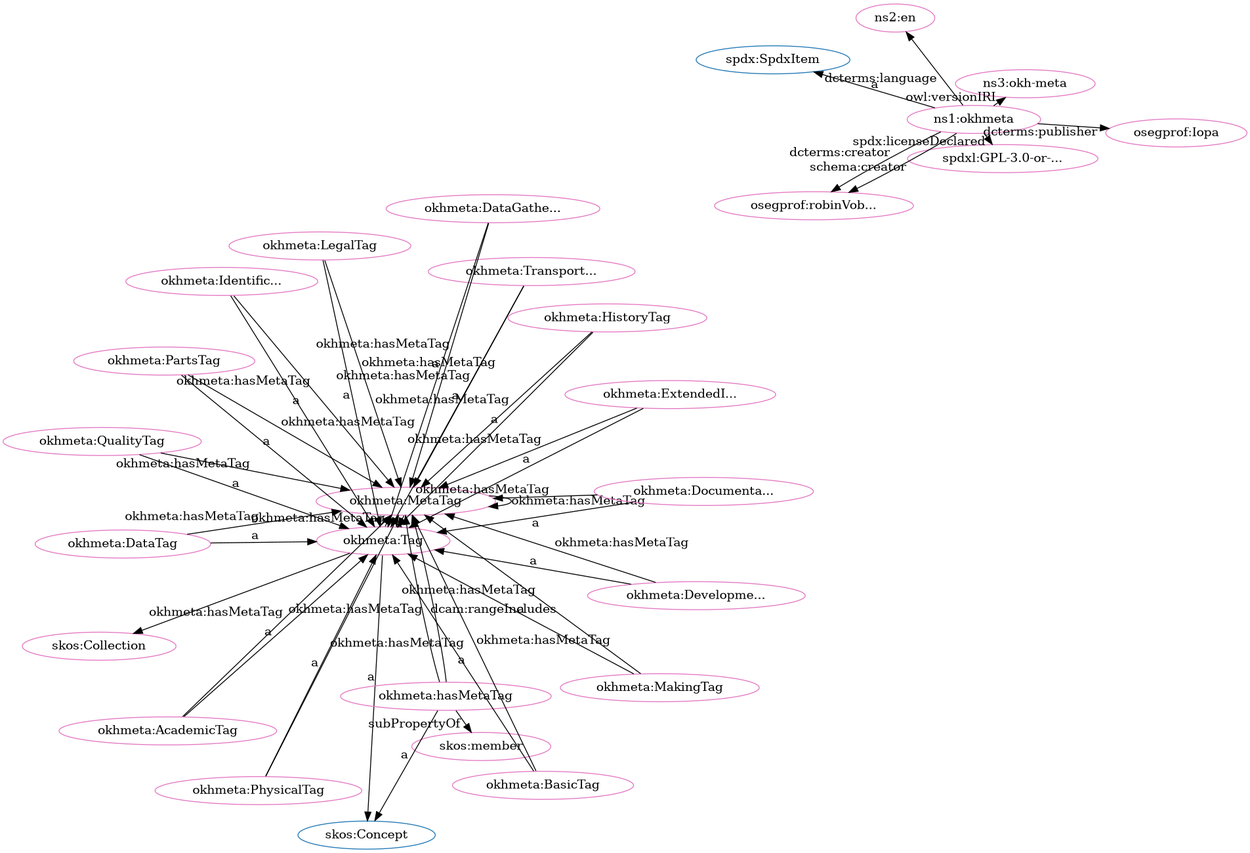
Earlier version of the Graphviz export src/spec/dot_okh-meta-clean.png (iop-alliance/OpenKnowHow). Its source is kept beside it as src/spec/dot_okh-meta-clean.dot.
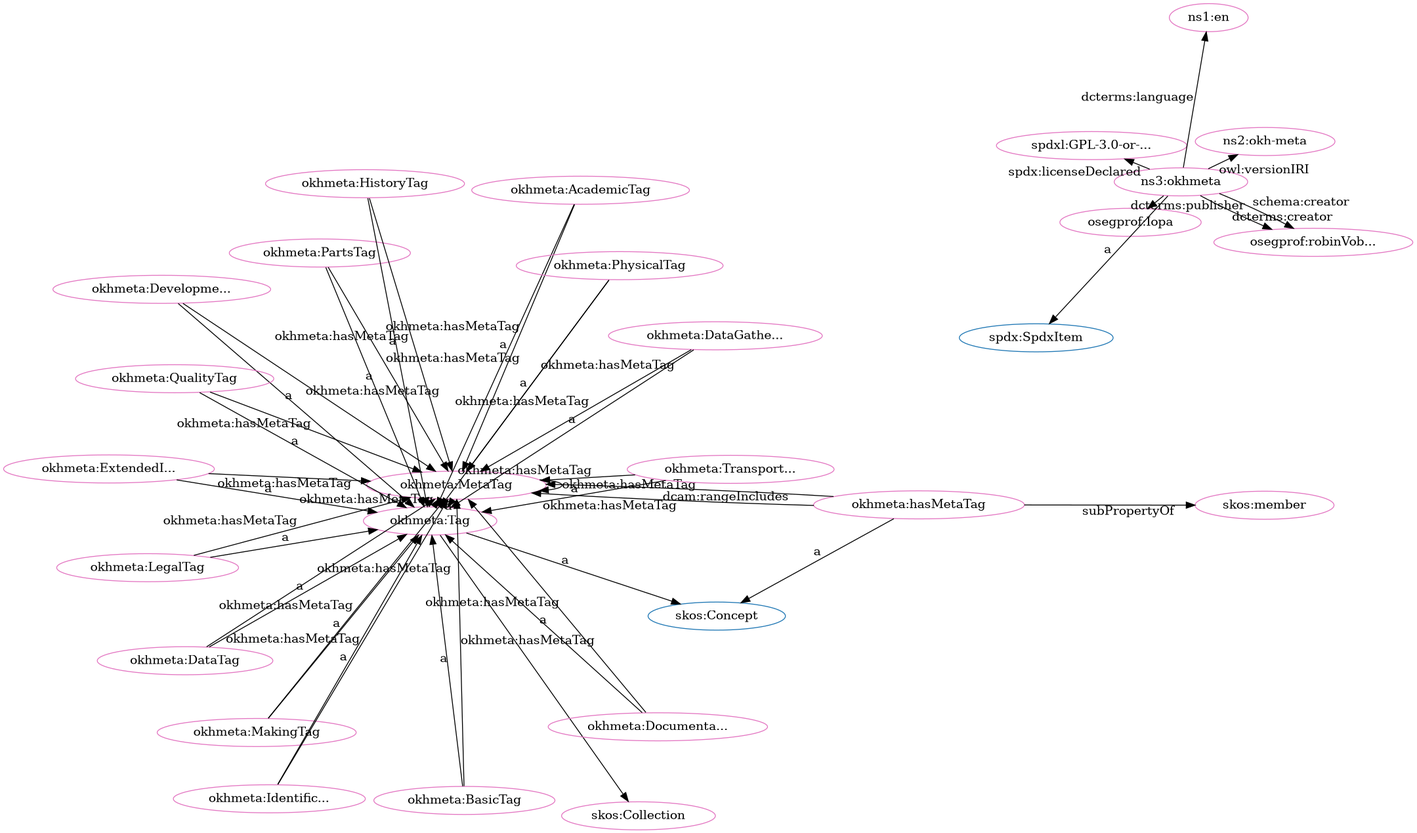
Later version of the same file.

Change to the diagram source:
```diff
@@ -3,78 +3,78 @@
   node[height=.3]
 "http://www.w3.org/2004/02/skos/core#Collection" [fillcolor="#1f77b4" color="#1f77b4" label="skos:Collection"]
 "http://spdx.org/rdf/terms#SpdxItem" [fillcolor="#1f77b4" color="#1f77b4" label="spdx:SpdxItem"]
+"http://www.w3.org/2004/02/skos/core#Concept" [fillcolor="#1f77b4" color="#1f77b4" label="skos:Concept"]
 "http://w3id.org/oseg/ont/okhmeta#Tag" [fillcolor="#1f77b4" color="#1f77b4" label="okhmeta:Tag"]
-"http://www.w3.org/2004/02/skos/core#Concept" [fillcolor="#1f77b4" color="#1f77b4" label="skos:Concept"]
-"http://spdx.org/licenses/GPL-3.0-or-later" [fillcolor="#e377c2" color="#e377c2" label="spdxl:GPL-3.0-or-..."]
-"http://w3id.org/oseg/ont/okhmeta" [fillcolor="#e377c2" color="#e377c2" label="ns1:okhmeta"]
-"http://www.w3.org/2004/02/skos/core#member" [fillcolor="#e377c2" color="#e377c2" label="skos:member"]
-"http://w3id.org/oseg/ont/okhmeta#IdentificationTag" [fillcolor="#e377c2" color="#e377c2" label="okhmeta:Identific..."]
 "http://w3id.org/oseg/ont/okhmeta#MetaTag" [fillcolor="#e377c2" color="#e377c2" label="okhmeta:MetaTag"]
-"http://w3id.org/oseg/ont/okhmeta#AcademicTag" [fillcolor="#e377c2" color="#e377c2" label="okhmeta:AcademicTag"]
-"http://w3id.org/oseg/ont/okhmeta#MakingTag" [fillcolor="#e377c2" color="#e377c2" label="okhmeta:MakingTag"]
-"http://w3id.org/oseg/ont/okhmeta#PhysicalTag" [fillcolor="#e377c2" color="#e377c2" label="okhmeta:PhysicalTag"]
-"http://w3id.org/oseg/ont/okhmeta#DevelopmentTag" [fillcolor="#e377c2" color="#e377c2" label="okhmeta:Developme..."]
-"http://id.loc.gov/vocabulary/iso639-1/en" [fillcolor="#e377c2" color="#e377c2" label="ns2:en"]
-"http://w3id.org/oseg/ont/okhmeta#hasMetaTag" [fillcolor="#e377c2" color="#e377c2" label="okhmeta:hasMetaTag"]
-"http://w3id.org/oseg/ont/okhmeta#PartsTag" [fillcolor="#e377c2" color="#e377c2" label="okhmeta:PartsTag"]
-"http://w3id.org/oseg/ont/okhmeta#TransportationTag" [fillcolor="#e377c2" color="#e377c2" label="okhmeta:Transport..."]
+"http://w3id.org/oseg/ont/oseg-profiles#robinVobruba" [fillcolor="#e377c2" color="#e377c2" label="osegprof:robinVob..."]
 "http://w3id.org/oseg/ont/okhmeta#DataGatheringTag" [fillcolor="#e377c2" color="#e377c2" label="okhmeta:DataGathe..."]
 "http://w3id.org/oseg/ont/okhmeta#Tag" [fillcolor="#e377c2" color="#e377c2" label="okhmeta:Tag"]
 "http://w3id.org/oseg/ont/oseg-profiles#Iopa" [fillcolor="#e377c2" color="#e377c2" label="osegprof:Iopa"]
+"http://w3id.org/oseg/ont/okhmeta#AcademicTag" [fillcolor="#e377c2" color="#e377c2" label="okhmeta:AcademicTag"]
+"http://www.w3.org/2004/02/skos/core#Collection" [fillcolor="#e377c2" color="#e377c2" label="skos:Collection"]
+"http://w3id.org/oseg/ont/okhmeta#MakingTag" [fillcolor="#e377c2" color="#e377c2" label="okhmeta:MakingTag"]
+"http://w3id.org/oseg/ont/okhmeta#BasicTag" [fillcolor="#e377c2" color="#e377c2" label="okhmeta:BasicTag"]
+"http://w3id.org/oseg/ont/okhmeta#IdentificationTag" [fillcolor="#e377c2" color="#e377c2" label="okhmeta:Identific..."]
+"http://spdx.org/licenses/GPL-3.0-or-later" [fillcolor="#e377c2" color="#e377c2" label="spdxl:GPL-3.0-or-..."]
+"http://www.w3.org/2004/02/skos/core#member" [fillcolor="#e377c2" color="#e377c2" label="skos:member"]
+"http://id.loc.gov/vocabulary/iso639-1/en" [fillcolor="#e377c2" color="#e377c2" label="ns1:en"]
+"http://w3id.org/oseg/ont/okhmeta#LegalTag" [fillcolor="#e377c2" color="#e377c2" label="okhmeta:LegalTag"]
 "http://w3id.org/oseg/ont/okhmeta#ExtendedInfoTag" [fillcolor="#e377c2" color="#e377c2" label="okhmeta:ExtendedI..."]
-"http://w3id.org/oseg/ont/1.1.0/okh-meta" [fillcolor="#e377c2" color="#e377c2" label="ns3:okh-meta"]
+"http://w3id.org/oseg/ont/okhmeta#hasMetaTag" [fillcolor="#e377c2" color="#e377c2" label="okhmeta:hasMetaTag"]
+"http://w3id.org/oseg/ont/okhmeta#DevelopmentTag" [fillcolor="#e377c2" color="#e377c2" label="okhmeta:Developme..."]
+"http://w3id.org/oseg/ont/1.1.0/okh-meta" [fillcolor="#e377c2" color="#e377c2" label="ns2:okh-meta"]
+"http://w3id.org/oseg/ont/okhmeta#PartsTag" [fillcolor="#e377c2" color="#e377c2" label="okhmeta:PartsTag"]
+"http://w3id.org/oseg/ont/okhmeta#HistoryTag" [fillcolor="#e377c2" color="#e377c2" label="okhmeta:HistoryTag"]
+"http://w3id.org/oseg/ont/okhmeta#PhysicalTag" [fillcolor="#e377c2" color="#e377c2" label="okhmeta:PhysicalTag"]
+"http://w3id.org/oseg/ont/okhmeta#TransportationTag" [fillcolor="#e377c2" color="#e377c2" label="okhmeta:Transport..."]
 "http://w3id.org/oseg/ont/okhmeta#DocumentationTag" [fillcolor="#e377c2" color="#e377c2" label="okhmeta:Documenta..."]
-"http://w3id.org/oseg/ont/okhmeta#BasicTag" [fillcolor="#e377c2" color="#e377c2" label="okhmeta:BasicTag"]
-"http://w3id.org/oseg/ont/oseg-profiles#robinVobruba" [fillcolor="#e377c2" color="#e377c2" label="osegprof:robinVob..."]
-"http://www.w3.org/2004/02/skos/core#Collection" [fillcolor="#e377c2" color="#e377c2" label="skos:Collection"]
 "http://w3id.org/oseg/ont/okhmeta#QualityTag" [fillcolor="#e377c2" color="#e377c2" label="okhmeta:QualityTag"]
-"http://w3id.org/oseg/ont/okhmeta#LegalTag" [fillcolor="#e377c2" color="#e377c2" label="okhmeta:LegalTag"]
+"http://w3id.org/oseg/ont/okhmeta" [fillcolor="#e377c2" color="#e377c2" label="ns3:okhmeta"]
 "http://w3id.org/oseg/ont/okhmeta#DataTag" [fillcolor="#e377c2" color="#e377c2" label="okhmeta:DataTag"]
-"http://w3id.org/oseg/ont/okhmeta#HistoryTag" [fillcolor="#e377c2" color="#e377c2" label="okhmeta:HistoryTag"]
+  "http://w3id.org/oseg/ont/okhmeta#QualityTag" -> "http://w3id.org/oseg/ont/okhmeta#MetaTag" [label="okhmeta:hasMetaTag"]
+  "http://w3id.org/oseg/ont/okhmeta#Tag" -> "http://www.w3.org/2004/02/skos/core#Concept" [label="a"]
+  "http://w3id.org/oseg/ont/okhmeta#AcademicTag" -> "http://w3id.org/oseg/ont/okhmeta#Tag" [label="a"]
+  "http://w3id.org/oseg/ont/okhmeta#Tag" -> "http://www.w3.org/2004/02/skos/core#Collection" [label=""]
+  "http://w3id.org/oseg/ont/okhmeta#MakingTag" -> "http://w3id.org/oseg/ont/okhmeta#Tag" [label="a"]
+  "http://w3id.org/oseg/ont/okhmeta#hasMetaTag" -> "http://w3id.org/oseg/ont/okhmeta#MetaTag" [label="okhmeta:hasMetaTag"]
+  "http://w3id.org/oseg/ont/okhmeta#IdentificationTag" -> "http://w3id.org/oseg/ont/okhmeta#Tag" [label="a"]
+  "http://w3id.org/oseg/ont/okhmeta#PhysicalTag" -> "http://w3id.org/oseg/ont/okhmeta#MetaTag" [label="okhmeta:hasMetaTag"]
+  "http://w3id.org/oseg/ont/okhmeta#hasMetaTag" -> "http://www.w3.org/2004/02/skos/core#member" [label="subPropertyOf"]
+  "http://w3id.org/oseg/ont/okhmeta#LegalTag" -> "http://w3id.org/oseg/ont/okhmeta#Tag" [label="a"]
+  "http://w3id.org/oseg/ont/okhmeta#ExtendedInfoTag" -> "http://w3id.org/oseg/ont/okhmeta#Tag" [label="a"]
+  "http://w3id.org/oseg/ont/okhmeta#DevelopmentTag" -> "http://w3id.org/oseg/ont/okhmeta#Tag" [label="a"]
+  "http://w3id.org/oseg/ont/okhmeta" -> "http://w3id.org/oseg/ont/1.1.0/okh-meta" [label="owl:versionIRI"]
+  "http://w3id.org/oseg/ont/okhmeta#DataTag" -> "http://w3id.org/oseg/ont/okhmeta#MetaTag" [label="okhmeta:hasMetaTag"]
+  "http://w3id.org/oseg/ont/okhmeta#MetaTag" -> "http://w3id.org/oseg/ont/okhmeta#Tag" [label="a"]
+  "http://w3id.org/oseg/ont/okhmeta#PartsTag" -> "http://w3id.org/oseg/ont/okhmeta#Tag" [label="a"]
+  "http://w3id.org/oseg/ont/okhmeta#MetaTag" -> "http://w3id.org/oseg/ont/okhmeta#MetaTag" [label="okhmeta:hasMetaTag"]
+  "http://w3id.org/oseg/ont/okhmeta#PartsTag" -> "http://w3id.org/oseg/ont/okhmeta#MetaTag" [label="okhmeta:hasMetaTag"]
+  "http://w3id.org/oseg/ont/okhmeta#TransportationTag" -> "http://w3id.org/oseg/ont/okhmeta#Tag" [label="a"]
+  "http://w3id.org/oseg/ont/okhmeta#QualityTag" -> "http://w3id.org/oseg/ont/okhmeta#Tag" [label="a"]
+  "http://w3id.org/oseg/ont/okhmeta" -> "http://spdx.org/rdf/terms#SpdxItem" [label="a"]
+  "http://w3id.org/oseg/ont/okhmeta#LegalTag" -> "http://w3id.org/oseg/ont/okhmeta#MetaTag" [label="okhmeta:hasMetaTag"]
+  "http://w3id.org/oseg/ont/okhmeta#DocumentationTag" -> "http://w3id.org/oseg/ont/okhmeta#MetaTag" [label="okhmeta:hasMetaTag"]
+  "http://w3id.org/oseg/ont/okhmeta" -> "http://w3id.org/oseg/ont/oseg-profiles#robinVobruba" [label="schema:creator"]
+  "http://w3id.org/oseg/ont/okhmeta#DataGatheringTag" -> "http://w3id.org/oseg/ont/okhmeta#Tag" [label="a"]
+  "http://w3id.org/oseg/ont/okhmeta#DevelopmentTag" -> "http://w3id.org/oseg/ont/okhmeta#MetaTag" [label="okhmeta:hasMetaTag"]
+  "http://w3id.org/oseg/ont/okhmeta#Tag" -> "http://w3id.org/oseg/ont/okhmeta#MetaTag" [label="okhmeta:hasMetaTag"]
+  "http://w3id.org/oseg/ont/okhmeta" -> "http://w3id.org/oseg/ont/oseg-profiles#Iopa" [label="dcterms:publisher"]
+  "http://w3id.org/oseg/ont/okhmeta#BasicTag" -> "http://w3id.org/oseg/ont/okhmeta#Tag" [label="a"]
   "http://w3id.org/oseg/ont/okhmeta" -> "http://spdx.org/licenses/GPL-3.0-or-later" [label="spdx:licenseDeclared"]
-  "http://w3id.org/oseg/ont/okhmeta#DocumentationTag" -> "http://w3id.org/oseg/ont/okhmeta#MetaTag" [label="okhmeta:hasMetaTag"]
-  "http://w3id.org/oseg/ont/okhmeta#MakingTag" -> "http://w3id.org/oseg/ont/okhmeta#Tag" [label="a"]
-  "http://w3id.org/oseg/ont/okhmeta#LegalTag" -> "http://w3id.org/oseg/ont/okhmeta#MetaTag" [label="okhmeta:hasMetaTag"]
-  "http://w3id.org/oseg/ont/okhmeta#hasMetaTag" -> "http://w3id.org/oseg/ont/okhmeta#MetaTag" [label="okhmeta:hasMetaTag"]
-  "http://w3id.org/oseg/ont/okhmeta#DevelopmentTag" -> "http://w3id.org/oseg/ont/okhmeta#MetaTag" [label="okhmeta:hasMetaTag"]
-  "http://w3id.org/oseg/ont/okhmeta#PartsTag" -> "http://w3id.org/oseg/ont/okhmeta#Tag" [label="a"]
-  "http://w3id.org/oseg/ont/okhmeta#DataTag" -> "http://w3id.org/oseg/ont/okhmeta#MetaTag" [label="okhmeta:hasMetaTag"]
+  "http://w3id.org/oseg/ont/okhmeta#BasicTag" -> "http://w3id.org/oseg/ont/okhmeta#MetaTag" [label="okhmeta:hasMetaTag"]
+  "http://w3id.org/oseg/ont/okhmeta" -> "http://id.loc.gov/vocabulary/iso639-1/en" [label="dcterms:language"]
+  "http://w3id.org/oseg/ont/okhmeta#AcademicTag" -> "http://w3id.org/oseg/ont/okhmeta#MetaTag" [label="okhmeta:hasMetaTag"]
+  "http://w3id.org/oseg/ont/okhmeta#MakingTag" -> "http://w3id.org/oseg/ont/okhmeta#MetaTag" [label="okhmeta:hasMetaTag"]
+  "http://w3id.org/oseg/ont/okhmeta#IdentificationTag" -> "http://w3id.org/oseg/ont/okhmeta#MetaTag" [label="okhmeta:hasMetaTag"]
+  "http://w3id.org/oseg/ont/okhmeta" -> "http://w3id.org/oseg/ont/oseg-profiles#robinVobruba" [label="dcterms:creator"]
+  "http://w3id.org/oseg/ont/okhmeta#ExtendedInfoTag" -> "http://w3id.org/oseg/ont/okhmeta#MetaTag" [label="okhmeta:hasMetaTag"]
+  "http://w3id.org/oseg/ont/okhmeta#hasMetaTag" -> "http://www.w3.org/2004/02/skos/core#Concept" [label="a"]
+  "http://w3id.org/oseg/ont/okhmeta#HistoryTag" -> "http://w3id.org/oseg/ont/okhmeta#Tag" [label="a"]
+  "http://w3id.org/oseg/ont/okhmeta#PhysicalTag" -> "http://w3id.org/oseg/ont/okhmeta#Tag" [label="a"]
+  "http://w3id.org/oseg/ont/okhmeta#DataGatheringTag" -> "http://w3id.org/oseg/ont/okhmeta#MetaTag" [label="okhmeta:hasMetaTag"]
+  "http://w3id.org/oseg/ont/okhmeta#DocumentationTag" -> "http://w3id.org/oseg/ont/okhmeta#Tag" [label="a"]
   "http://w3id.org/oseg/ont/okhmeta#HistoryTag" -> "http://w3id.org/oseg/ont/okhmeta#MetaTag" [label="okhmeta:hasMetaTag"]
-  "http://w3id.org/oseg/ont/okhmeta#Tag" -> "http://www.w3.org/2004/02/skos/core#Concept" [label="a"]
-  "http://w3id.org/oseg/ont/okhmeta#ExtendedInfoTag" -> "http://w3id.org/oseg/ont/okhmeta#MetaTag" [label="okhmeta:hasMetaTag"]
-  "http://w3id.org/oseg/ont/okhmeta#BasicTag" -> "http://w3id.org/oseg/ont/okhmeta#Tag" [label="a"]
-  "http://w3id.org/oseg/ont/okhmeta" -> "http://w3id.org/oseg/ont/oseg-profiles#robinVobruba" [label="schema:creator"]
   "http://w3id.org/oseg/ont/okhmeta#hasMetaTag" -> "http://w3id.org/oseg/ont/okhmeta#MetaTag" [label="dcam:rangeIncludes"]
-  "http://w3id.org/oseg/ont/okhmeta#MetaTag" -> "http://w3id.org/oseg/ont/okhmeta#Tag" [label="a"]
-  "http://w3id.org/oseg/ont/okhmeta#QualityTag" -> "http://w3id.org/oseg/ont/okhmeta#Tag" [label="a"]
+  "http://w3id.org/oseg/ont/okhmeta#TransportationTag" -> "http://w3id.org/oseg/ont/okhmeta#MetaTag" [label="okhmeta:hasMetaTag"]
   "http://w3id.org/oseg/ont/okhmeta#DataTag" -> "http://w3id.org/oseg/ont/okhmeta#Tag" [label="a"]
-  "http://w3id.org/oseg/ont/okhmeta#PartsTag" -> "http://w3id.org/oseg/ont/okhmeta#MetaTag" [label="okhmeta:hasMetaTag"]
-  "http://w3id.org/oseg/ont/okhmeta#hasMetaTag" -> "http://www.w3.org/2004/02/skos/core#member" [label="subPropertyOf"]
-  "http://w3id.org/oseg/ont/okhmeta#IdentificationTag" -> "http://w3id.org/oseg/ont/okhmeta#Tag" [label="a"]
-  "http://w3id.org/oseg/ont/okhmeta#TransportationTag" -> "http://w3id.org/oseg/ont/okhmeta#MetaTag" [label="okhmeta:hasMetaTag"]
-  "http://w3id.org/oseg/ont/okhmeta#DataGatheringTag" -> "http://w3id.org/oseg/ont/okhmeta#MetaTag" [label="okhmeta:hasMetaTag"]
-  "http://w3id.org/oseg/ont/okhmeta" -> "http://spdx.org/rdf/terms#SpdxItem" [label="a"]
-  "http://w3id.org/oseg/ont/okhmeta#BasicTag" -> "http://w3id.org/oseg/ont/okhmeta#MetaTag" [label="okhmeta:hasMetaTag"]
-  "http://w3id.org/oseg/ont/okhmeta#AcademicTag" -> "http://w3id.org/oseg/ont/okhmeta#Tag" [label="a"]
-  "http://w3id.org/oseg/ont/okhmeta#PhysicalTag" -> "http://w3id.org/oseg/ont/okhmeta#Tag" [label="a"]
-  "http://w3id.org/oseg/ont/okhmeta#DevelopmentTag" -> "http://w3id.org/oseg/ont/okhmeta#Tag" [label="a"]
-  "http://w3id.org/oseg/ont/okhmeta" -> "http://id.loc.gov/vocabulary/iso639-1/en" [label="dcterms:language"]
-  "http://w3id.org/oseg/ont/okhmeta#hasMetaTag" -> "http://www.w3.org/2004/02/skos/core#Concept" [label="a"]
-  "http://w3id.org/oseg/ont/okhmeta#TransportationTag" -> "http://w3id.org/oseg/ont/okhmeta#Tag" [label="a"]
-  "http://w3id.org/oseg/ont/okhmeta#Tag" -> "http://w3id.org/oseg/ont/okhmeta#MetaTag" [label="okhmeta:hasMetaTag"]
-  "http://w3id.org/oseg/ont/okhmeta#DataGatheringTag" -> "http://w3id.org/oseg/ont/okhmeta#Tag" [label="a"]
-  "http://w3id.org/oseg/ont/okhmeta#IdentificationTag" -> "http://w3id.org/oseg/ont/okhmeta#MetaTag" [label="okhmeta:hasMetaTag"]
-  "http://w3id.org/oseg/ont/okhmeta" -> "http://w3id.org/oseg/ont/oseg-profiles#Iopa" [label="dcterms:publisher"]
-  "http://w3id.org/oseg/ont/okhmeta#ExtendedInfoTag" -> "http://w3id.org/oseg/ont/okhmeta#Tag" [label="a"]
-  "http://w3id.org/oseg/ont/okhmeta" -> "http://w3id.org/oseg/ont/1.1.0/okh-meta" [label="owl:versionIRI"]
-  "http://w3id.org/oseg/ont/okhmeta#DocumentationTag" -> "http://w3id.org/oseg/ont/okhmeta#Tag" [label="a"]
-  "http://w3id.org/oseg/ont/okhmeta#AcademicTag" -> "http://w3id.org/oseg/ont/okhmeta#MetaTag" [label="okhmeta:hasMetaTag"]
-  "http://w3id.org/oseg/ont/okhmeta" -> "http://w3id.org/oseg/ont/oseg-profiles#robinVobruba" [label="dcterms:creator"]
-  "http://w3id.org/oseg/ont/okhmeta#Tag" -> "http://www.w3.org/2004/02/skos/core#Collection" [label=""]
-  "http://w3id.org/oseg/ont/okhmeta#PhysicalTag" -> "http://w3id.org/oseg/ont/okhmeta#MetaTag" [label="okhmeta:hasMetaTag"]
-  "http://w3id.org/oseg/ont/okhmeta#LegalTag" -> "http://w3id.org/oseg/ont/okhmeta#Tag" [label="a"]
-  "http://w3id.org/oseg/ont/okhmeta#MetaTag" -> "http://w3id.org/oseg/ont/okhmeta#MetaTag" [label="okhmeta:hasMetaTag"]
-  "http://w3id.org/oseg/ont/okhmeta#MakingTag" -> "http://w3id.org/oseg/ont/okhmeta#MetaTag" [label="okhmeta:hasMetaTag"]
-  "http://w3id.org/oseg/ont/okhmeta#QualityTag" -> "http://w3id.org/oseg/ont/okhmeta#MetaTag" [label="okhmeta:hasMetaTag"]
-  "http://w3id.org/oseg/ont/okhmeta#HistoryTag" -> "http://w3id.org/oseg/ont/okhmeta#Tag" [label="a"]
 }
```
